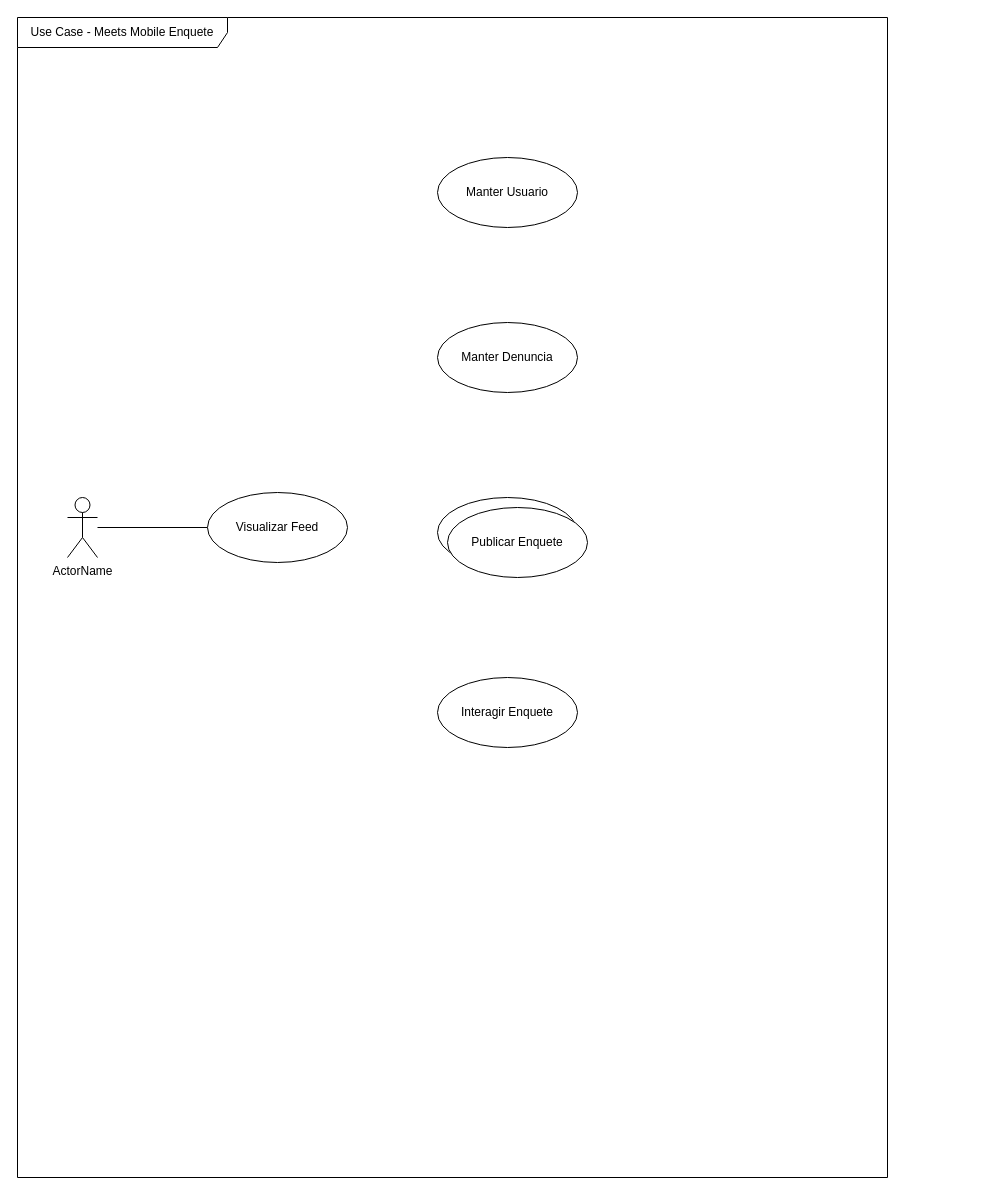
Above: Draw.io/casos_de_uso_mobile_enquete.drawio in Organization-Meets/Meets_Docs (draw.io), before the change. Source tidied: cells renumbered, new cells numbered last; positions are measured from the earlier drawing's top-left corner, leaving out a move shared by most shapes. Both pictures are drawn from the tidied source at 100%, with x=0, y=0 at pixel (17, 17).
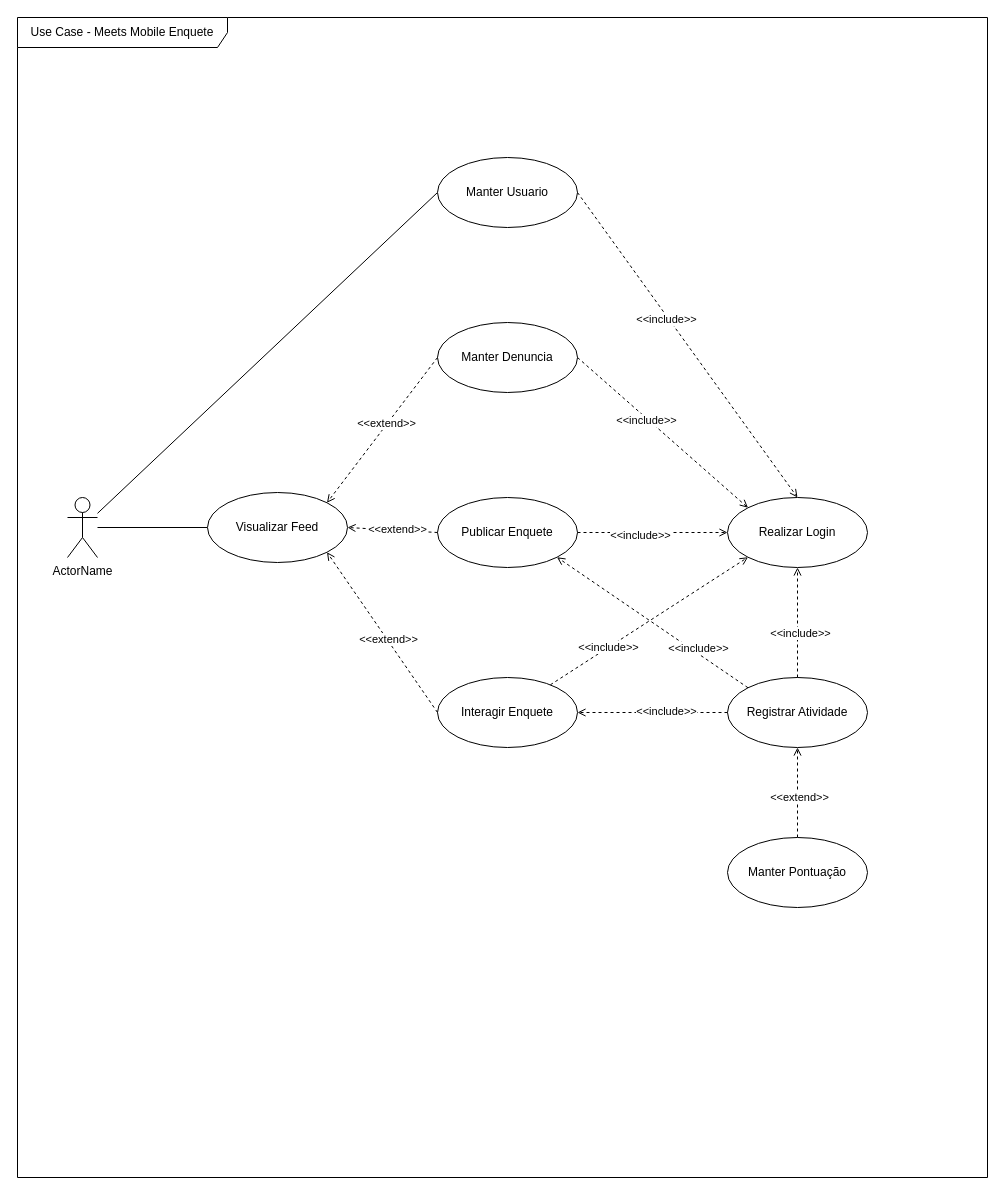
The same page after the edit.

Unchanged cells that the change refers to:
```xml
<mxCell id="4" value="ActorName" style="shape=umlActor;html=1;verticalLabelPosition=bottom;verticalAlign=top;align=center;" parent="2" vertex="1">
  <mxGeometry x="50" y="480" width="30" height="60" as="geometry" />
</mxCell>
<mxCell id="5" value="Manter Usuario" style="ellipse;whiteSpace=wrap;html=1;" parent="2" vertex="1">
  <mxGeometry x="420" y="140" width="140" height="70" as="geometry" />
</mxCell>
<mxCell id="6" value="Visualizar Feed" style="ellipse;whiteSpace=wrap;html=1;" parent="2" vertex="1">
  <mxGeometry x="190" y="475" width="140" height="70" as="geometry" />
</mxCell>
<mxCell id="7" value="Manter Denuncia" style="ellipse;whiteSpace=wrap;html=1;" parent="2" vertex="1">
  <mxGeometry x="420" y="305" width="140" height="70" as="geometry" />
</mxCell>
<mxCell id="8" value="Publicar Enquete" style="ellipse;whiteSpace=wrap;html=1;" parent="2" vertex="1">
  <mxGeometry x="420" y="480" width="140" height="70" as="geometry" />
</mxCell>
<mxCell id="9" value="Interagir Enquete" style="ellipse;whiteSpace=wrap;html=1;" parent="2" vertex="1">
  <mxGeometry x="420" y="660" width="140" height="70" as="geometry" />
</mxCell>
```

The edit, as a diff of the source:
```diff
@@
     <mxCell id="2" value="Use Case - Meets Mobile Enquete" style="shape=umlFrame;whiteSpace=wrap;html=1;width=210;height=30;" parent="1" vertex="1">
-      <mxGeometry width="870" height="1160" as="geometry" />
+      <mxGeometry width="970" height="1160" as="geometry" />
     </mxCell>
@@
+    <mxCell id="11" style="rounded=0;jettySize=auto;html=1;entryX=0;entryY=0.5;entryDx=0;entryDy=0;endArrow=none;endFill=0;" parent="2" edge="1" source="4" target="5">
+      <mxGeometry relative="1" as="geometry" />
+    </mxCell>
@@
+    <mxCell id="12" style="rounded=0;jettySize=auto;html=1;entryX=0;entryY=1;entryDx=0;entryDy=0;endArrow=open;endFill=0;dashed=1;" parent="2" edge="1" source="9" target="10">
+      <mxGeometry relative="1" as="geometry" />
+    </mxCell>
+    <mxCell id="13" value="&amp;lt;&amp;lt;include&amp;gt;&amp;gt;" style="edgeLabel;html=1;align=center;verticalAlign=middle;" parent="12" vertex="1">
+      <mxGeometry x="-0.18" y="-2" relative="1" as="geometry">
+        <mxPoint x="-24" y="13" as="offset" />
+      </mxGeometry>
+    </mxCell>
@@
-    <mxCell id="10" value="Publicar Enquete" style="ellipse;whiteSpace=wrap;html=1;" parent="2" vertex="1">
-      <mxGeometry x="430" y="490" width="140" height="70" as="geometry" />
+    <mxCell id="10" value="Realizar Login" style="ellipse;whiteSpace=wrap;html=1;" parent="2" vertex="1">
+      <mxGeometry x="710" y="480" width="140" height="70" as="geometry" />
     </mxCell>
+    <mxCell id="14" value="Registrar Atividade" style="ellipse;whiteSpace=wrap;html=1;" parent="2" vertex="1">
+      <mxGeometry x="710" y="660" width="140" height="70" as="geometry" />
+    </mxCell>
+    <mxCell id="15" style="edgeStyle=orthogonalEdgeStyle;rounded=0;jettySize=auto;html=1;entryX=0.5;entryY=1;entryDx=0;entryDy=0;dashed=1;endArrow=open;endFill=0;" parent="2" edge="1" source="17" target="14">
+      <mxGeometry relative="1" as="geometry" />
+    </mxCell>
+    <mxCell id="16" value="&amp;lt;&amp;lt;extend&amp;gt;&amp;gt;" style="edgeLabel;html=1;align=center;verticalAlign=middle;" parent="15" vertex="1">
+      <mxGeometry x="-0.09" y="-1" relative="1" as="geometry" />
+    </mxCell>
+    <mxCell id="17" value="Manter Pontuação" style="ellipse;whiteSpace=wrap;html=1;" parent="2" vertex="1">
+      <mxGeometry x="710" y="820" width="140" height="70" as="geometry" />
+    </mxCell>
+    <mxCell id="18" style="rounded=0;jettySize=auto;html=1;entryX=0;entryY=0.5;entryDx=0;entryDy=0;endArrow=open;endFill=0;dashed=1;exitX=1;exitY=0.5;exitDx=0;exitDy=0;" parent="2" edge="1" source="8" target="10">
+      <mxGeometry relative="1" as="geometry" />
+    </mxCell>
+    <mxCell id="19" value="&amp;lt;&amp;lt;include&amp;gt;&amp;gt;" style="edgeLabel;html=1;align=center;verticalAlign=middle;" parent="18" vertex="1">
+      <mxGeometry x="-0.18" y="-2" relative="1" as="geometry" />
+    </mxCell>
+    <mxCell id="20" style="rounded=0;jettySize=auto;html=1;entryX=0;entryY=0;entryDx=0;entryDy=0;endArrow=open;endFill=0;dashed=1;exitX=1;exitY=0.5;exitDx=0;exitDy=0;" parent="2" edge="1" source="7" target="10">
+      <mxGeometry relative="1" as="geometry" />
+    </mxCell>
+    <mxCell id="21" value="&amp;lt;&amp;lt;include&amp;gt;&amp;gt;" style="edgeLabel;html=1;align=center;verticalAlign=middle;" parent="20" vertex="1">
+      <mxGeometry x="-0.18" y="-2" relative="1" as="geometry" />
+    </mxCell>
+    <mxCell id="22" style="rounded=0;jettySize=auto;html=1;entryX=0.5;entryY=0;entryDx=0;entryDy=0;endArrow=open;endFill=0;dashed=1;exitX=1;exitY=0.5;exitDx=0;exitDy=0;" parent="2" edge="1" source="5" target="10">
+      <mxGeometry relative="1" as="geometry" />
+    </mxCell>
+    <mxCell id="23" value="&amp;lt;&amp;lt;include&amp;gt;&amp;gt;" style="edgeLabel;html=1;align=center;verticalAlign=middle;" parent="22" vertex="1">
+      <mxGeometry x="-0.18" y="-2" relative="1" as="geometry" />
+    </mxCell>
+    <mxCell id="24" style="rounded=0;jettySize=auto;html=1;entryX=0.5;entryY=1;entryDx=0;entryDy=0;endArrow=open;endFill=0;dashed=1;exitX=0.5;exitY=0;exitDx=0;exitDy=0;" parent="2" edge="1" source="14" target="10">
+      <mxGeometry relative="1" as="geometry" />
+    </mxCell>
+    <mxCell id="25" value="&amp;lt;&amp;lt;include&amp;gt;&amp;gt;" style="edgeLabel;html=1;align=center;verticalAlign=middle;" parent="24" vertex="1">
+      <mxGeometry x="-0.18" y="-2" relative="1" as="geometry" />
+    </mxCell>
+    <mxCell id="26" style="rounded=0;jettySize=auto;html=1;entryX=1;entryY=1;entryDx=0;entryDy=0;endArrow=open;endFill=0;dashed=1;exitX=0;exitY=0;exitDx=0;exitDy=0;" parent="2" edge="1" source="14" target="8">
+      <mxGeometry relative="1" as="geometry" />
+    </mxCell>
+    <mxCell id="27" value="&amp;lt;&amp;lt;include&amp;gt;&amp;gt;" style="edgeLabel;html=1;align=center;verticalAlign=middle;" parent="26" vertex="1">
+      <mxGeometry x="-0.18" y="-2" relative="1" as="geometry">
+        <mxPoint x="27" y="15" as="offset" />
+      </mxGeometry>
+    </mxCell>
+    <mxCell id="28" style="rounded=0;jettySize=auto;html=1;entryX=1;entryY=0.5;entryDx=0;entryDy=0;endArrow=open;endFill=0;dashed=1;exitX=0;exitY=0.5;exitDx=0;exitDy=0;" parent="2" edge="1" source="14" target="9">
+      <mxGeometry relative="1" as="geometry" />
+    </mxCell>
+    <mxCell id="29" value="&amp;lt;&amp;lt;include&amp;gt;&amp;gt;" style="edgeLabel;html=1;align=center;verticalAlign=middle;" parent="28" vertex="1">
+      <mxGeometry x="-0.18" y="-2" relative="1" as="geometry" />
+    </mxCell>
+    <mxCell id="30" style="rounded=0;jettySize=auto;html=1;entryX=1;entryY=1;entryDx=0;entryDy=0;dashed=1;endArrow=open;endFill=0;exitX=0;exitY=0.5;exitDx=0;exitDy=0;" parent="2" edge="1" source="9" target="6">
+      <mxGeometry relative="1" as="geometry" />
+    </mxCell>
+    <mxCell id="31" value="&amp;lt;&amp;lt;extend&amp;gt;&amp;gt;" style="edgeLabel;html=1;align=center;verticalAlign=middle;" parent="30" vertex="1">
+      <mxGeometry x="-0.09" y="-1" relative="1" as="geometry" />
+    </mxCell>
+    <mxCell id="32" style="rounded=0;jettySize=auto;html=1;entryX=1;entryY=0.5;entryDx=0;entryDy=0;dashed=1;endArrow=open;endFill=0;exitX=0;exitY=0.5;exitDx=0;exitDy=0;" parent="2" edge="1" source="8" target="6">
+      <mxGeometry relative="1" as="geometry" />
+    </mxCell>
+    <mxCell id="33" value="&amp;lt;&amp;lt;extend&amp;gt;&amp;gt;" style="edgeLabel;html=1;align=center;verticalAlign=middle;" parent="32" vertex="1">
+      <mxGeometry x="-0.09" y="-1" relative="1" as="geometry" />
+    </mxCell>
+    <mxCell id="34" style="rounded=0;jettySize=auto;html=1;entryX=1;entryY=0;entryDx=0;entryDy=0;dashed=1;endArrow=open;endFill=0;exitX=0;exitY=0.5;exitDx=0;exitDy=0;" parent="2" edge="1" source="7" target="6">
+      <mxGeometry relative="1" as="geometry" />
+    </mxCell>
+    <mxCell id="35" value="&amp;lt;&amp;lt;extend&amp;gt;&amp;gt;" style="edgeLabel;html=1;align=center;verticalAlign=middle;" parent="34" vertex="1">
+      <mxGeometry x="-0.09" y="-1" relative="1" as="geometry" />
+    </mxCell>
```
